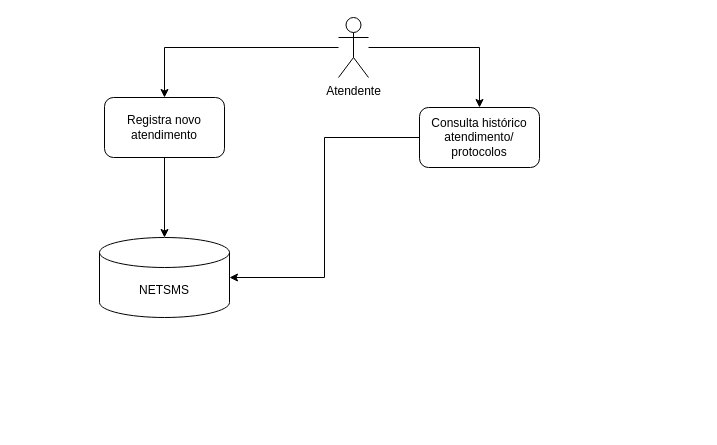
Before: 113963 - RGC765 (Atendimento) - Síntese de Atendimento.drawio in samirali/ClaroBrasil, a draw.io diagram. Source tidied: cells renumbered, new cells numbered last; positions are measured from the earlier drawing's top-left corner, leaving out a move shared by most shapes. Both pictures are drawn from the tidied source at 100%, with x=0, y=0 at pixel (99, 17). Pictures stored in the file or linked from it are replaced by grey dashed boxes.
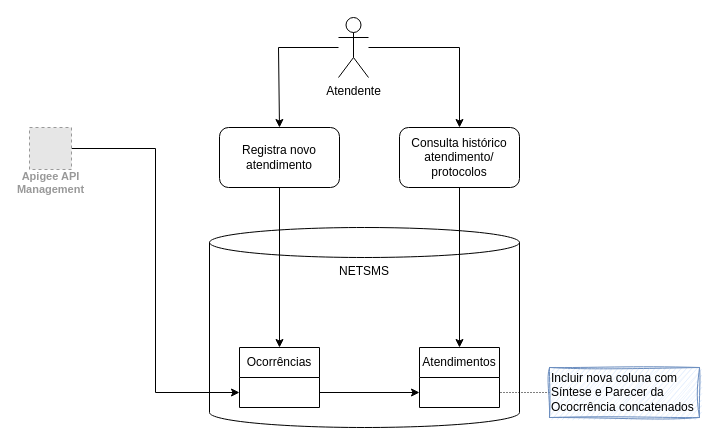
Above is the later version.

What changed in the source:
```diff
@@
 <mxGraphModel>
   <root>
     <mxCell id="0" />
     <mxCell id="1" parent="0" />
-    <mxCell id="2" value="NETSMS" style="shape=cylinder3;whiteSpace=wrap;html=1;boundedLbl=1;backgroundOutline=1;size=15;" parent="1" vertex="1">
-      <mxGeometry y="220" width="130" height="80" as="geometry" />
+    <mxCell id="2" value="NETSMS" style="shape=cylinder3;whiteSpace=wrap;html=1;boundedLbl=1;backgroundOutline=1;size=15;verticalAlign=top;" parent="1" vertex="1">
+      <mxGeometry x="110" y="210" width="310" height="200" as="geometry" />
     </mxCell>
     <mxCell id="3" value="Registra novo atendimento" style="rounded=1;whiteSpace=wrap;html=1;" parent="1" vertex="1">
-      <mxGeometry x="5" y="80" width="120" height="60" as="geometry" />
+      <mxGeometry x="120" y="110" width="120" height="60" as="geometry" />
     </mxCell>
+    <mxCell id="5" style="edgeStyle=orthogonalEdgeStyle;rounded=0;jettySize=auto;html=1;entryX=0.5;entryY=0;entryDx=0;entryDy=0;" parent="1" edge="1" source="6" target="8">
+      <mxGeometry relative="1" as="geometry" />
+    </mxCell>
     <mxCell id="4" style="edgeStyle=orthogonalEdgeStyle;rounded=0;jettySize=auto;html=1;entryX=0.5;entryY=0;entryDx=0;entryDy=0;" parent="1" edge="1" source="6" target="3">
-      <mxGeometry relative="1" as="geometry" />
+      <mxGeometry relative="1" as="geometry">
+        <Array as="points">
+          <mxPoint x="179" y="30" />
+        </Array>
+      </mxGeometry>
     </mxCell>
-    <mxCell id="5" style="edgeStyle=orthogonalEdgeStyle;rounded=0;jettySize=auto;html=1;entryX=0.5;entryY=0;entryDx=0;entryDy=0;" parent="1" edge="1" source="6" target="8">
-      <mxGeometry relative="1" as="geometry" />
-    </mxCell>
     <mxCell id="6" value="Atendente" style="shape=umlActor;verticalLabelPosition=bottom;verticalAlign=top;html=1;outlineConnect=0;" parent="1" vertex="1">
       <mxGeometry x="239" width="30" height="60" as="geometry" />
     </mxCell>
-    <mxCell id="7" style="edgeStyle=orthogonalEdgeStyle;rounded=0;jettySize=auto;html=1;entryX=0.5;entryY=0;entryDx=0;entryDy=0;entryPerimeter=0;" parent="1" edge="1" source="3" target="2">
+    <mxCell id="7" style="edgeStyle=orthogonalEdgeStyle;rounded=0;jettySize=auto;html=1;entryX=0.5;entryY=0;entryDx=0;entryDy=0;" parent="1" edge="1" source="3" target="13">
       <mxGeometry relative="1" as="geometry" />
     </mxCell>
     <mxCell id="8" value="Consulta histórico atendimento/ protocolos" style="rounded=1;whiteSpace=wrap;html=1;" parent="1" vertex="1">
-      <mxGeometry x="320" y="90" width="120" height="60" as="geometry" />
+      <mxGeometry x="300" y="110" width="120" height="60" as="geometry" />
     </mxCell>
-    <mxCell id="9" style="edgeStyle=orthogonalEdgeStyle;rounded=0;jettySize=auto;html=1;entryX=1;entryY=0.5;entryDx=0;entryDy=0;entryPerimeter=0;" parent="1" edge="1" source="8" target="2">
+    <mxCell id="9" style="edgeStyle=orthogonalEdgeStyle;rounded=0;jettySize=auto;html=1;entryX=0.5;entryY=0;entryDx=0;entryDy=0;" parent="1" edge="1" source="8" target="14">
       <mxGeometry relative="1" as="geometry" />
     </mxCell>
+    <mxCell id="10" style="edgeStyle=orthogonalEdgeStyle;rounded=0;jettySize=auto;html=1;entryX=1;entryY=0.75;entryDx=0;entryDy=0;endArrow=none;endFill=0;dashed=1;dashPattern=1 2;" parent="1" edge="1" source="11" target="14">
+      <mxGeometry relative="1" as="geometry" />
+    </mxCell>
+    <mxCell id="11" value="Incluir nova coluna com Síntese e Parecer da Ococrrência concatenados" style="text;html=1;align=left;verticalAlign=middle;whiteSpace=wrap;rounded=0;fillColor=#dae8fc;strokeColor=#6c8ebf;sketch=1;curveFitting=1;jiggle=2;" parent="1" vertex="1">
+      <mxGeometry x="450" y="350" width="150" height="50" as="geometry" />
+    </mxCell>
+    <mxCell id="12" style="edgeStyle=orthogonalEdgeStyle;rounded=0;jettySize=auto;html=1;entryX=0;entryY=0.75;entryDx=0;entryDy=0;exitX=1;exitY=0.75;exitDx=0;exitDy=0;" parent="1" edge="1" source="13" target="14">
+      <mxGeometry relative="1" as="geometry" />
+    </mxCell>
+    <mxCell id="13" value="Ocorrências" style="swimlane;fontStyle=0;horizontal=1;startSize=30;whiteSpace=wrap;html=1;" parent="1" vertex="1">
+      <mxGeometry x="140" y="330" width="80" height="60" as="geometry" />
+    </mxCell>
+    <mxCell id="14" value="Atendimentos" style="swimlane;fontStyle=0;horizontal=1;startSize=30;whiteSpace=wrap;html=1;" parent="1" vertex="1">
+      <mxGeometry x="320" y="330" width="80" height="60" as="geometry" />
+    </mxCell>
+    <mxCell id="15" style="edgeStyle=orthogonalEdgeStyle;rounded=0;jettySize=auto;html=1;entryX=0;entryY=0.75;entryDx=0;entryDy=0;" parent="1" edge="1" source="16" target="13">
+      <mxGeometry relative="1" as="geometry" />
+    </mxCell>
+    <mxCell id="16" value="Apigee API&#10;Management" style="fillColor=#E6E6E6;strokeColor=#999999;dashed=1;html=1;verticalAlign=top;labelPosition=center;verticalLabelPosition=bottom;align=center;spacingTop=-6;fontSize=11;fontStyle=1;fontColor=#999999;" parent="1" vertex="1">
+      <mxGeometry x="-70" y="110" width="42" height="42" as="geometry" />
+    </mxCell>
   </root>
 </mxGraphModel>
```
